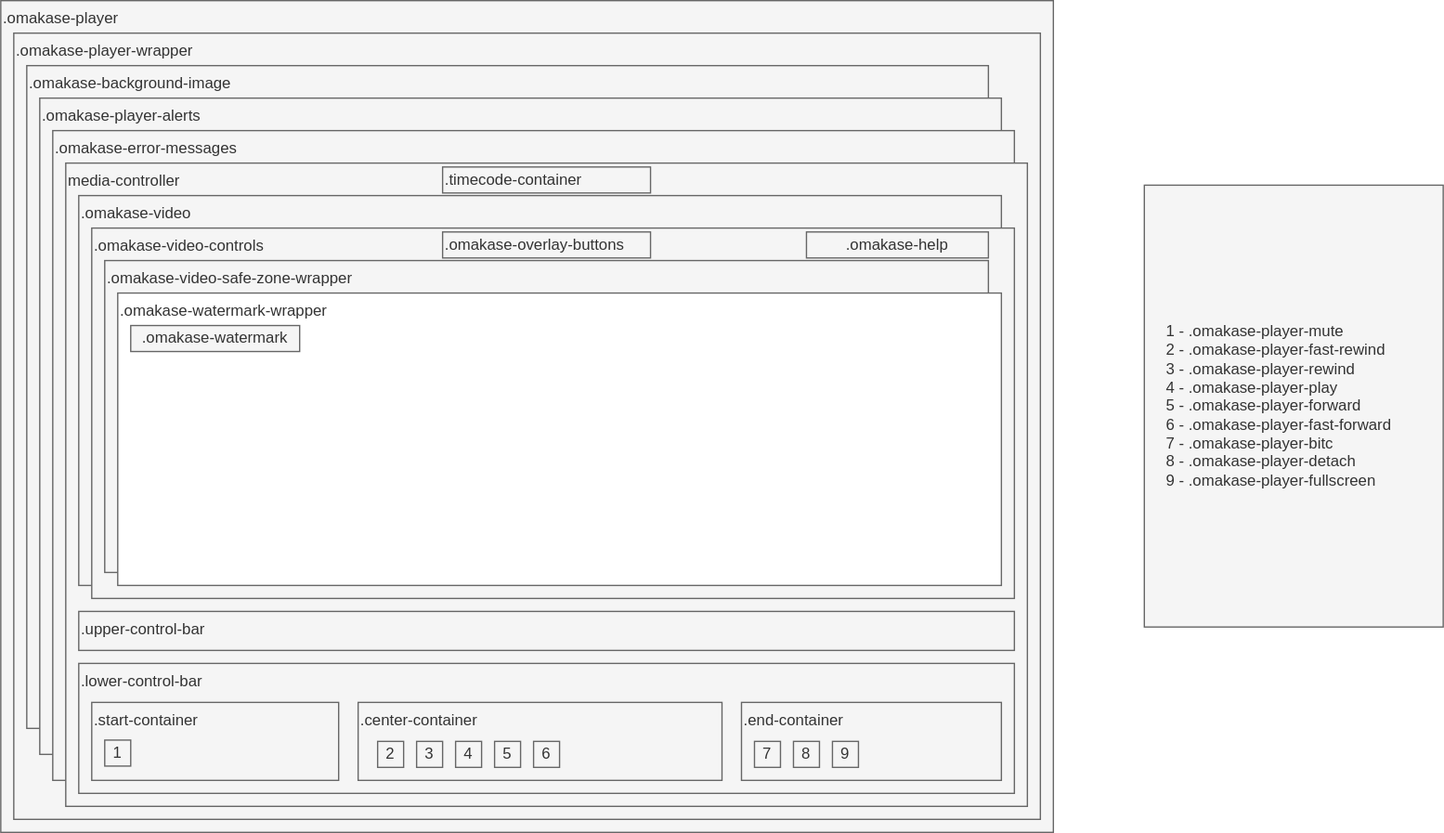
The draw.io diagram styling-diagram.svg in byomakase/omakase-player, before a commit. Source tidied: cells renumbered, new cells last; positions are measured from the earlier drawing's top-left corner, leaving out a move shared by most shapes. The source it was exported from:
```xml
<mxGraphModel>
  <root>
    <mxCell id="0" />
    <mxCell id="1" parent="0" />
    <mxCell id="2" value=".omakase-player" style="rounded=0;whiteSpace=wrap;html=1;align=left;verticalAlign=top;fillColor=#f5f5f5;fontColor=#333333;strokeColor=#666666;" parent="1" vertex="1">
      <mxGeometry width="810" height="640" as="geometry" />
    </mxCell>
    <mxCell id="3" value=".omakase-player-wrapper" style="rounded=0;whiteSpace=wrap;html=1;align=left;verticalAlign=top;fillColor=#f5f5f5;fontColor=#333333;strokeColor=#666666;" parent="1" vertex="1">
      <mxGeometry x="10" y="25" width="790" height="605" as="geometry" />
    </mxCell>
    <mxCell id="4" value="1 - .omakase-player-mute&lt;div&gt;2 - .omakase-player-fast-rewind&lt;/div&gt;&lt;div&gt;3 - .omakase-player-rewind&lt;/div&gt;&lt;div&gt;4 - .omakase-player-play&lt;/div&gt;&lt;div&gt;5 - .omakase-player-forward&lt;/div&gt;&lt;div&gt;6 - .omakase-player-fast-forward&lt;/div&gt;&lt;div&gt;7 - .omakase-player-bitc&lt;/div&gt;&lt;div&gt;8 - .omakase-player-detach&lt;/div&gt;&lt;div&gt;9 - .omakase-player-fullscreen&lt;/div&gt;" style="text;html=1;align=left;verticalAlign=middle;whiteSpace=wrap;rounded=0;fillColor=#f5f5f5;fontColor=#333333;strokeColor=#666666;spacingTop=0;spacingLeft=15;" parent="1" vertex="1">
      <mxGeometry x="880" y="142" width="230" height="340" as="geometry" />
    </mxCell>
    <mxCell id="5" value=".omakase-background-image" style="rounded=0;whiteSpace=wrap;html=1;align=left;verticalAlign=top;fillColor=#f5f5f5;fontColor=#333333;strokeColor=#666666;" parent="1" vertex="1">
      <mxGeometry x="20" y="50" width="740" height="510" as="geometry" />
    </mxCell>
    <mxCell id="6" value=".omakase-player-alerts" style="rounded=0;whiteSpace=wrap;html=1;align=left;verticalAlign=top;fillColor=#f5f5f5;fontColor=#333333;strokeColor=#666666;" parent="1" vertex="1">
      <mxGeometry x="30" y="75" width="740" height="505" as="geometry" />
    </mxCell>
    <mxCell id="7" value=".omakase-error-messages&lt;span style=&quot;color: rgba(0, 0, 0, 0); font-family: monospace; font-size: 0px; text-wrap-mode: nowrap;&quot;&gt;%3CmxGraphModel%3E%3Croot%3E%3CmxCell%20id%3D%220%22%2F%3E%3CmxCell%20id%3D%221%22%20parent%3D%220%22%2F%3E%3CmxCell%20id%3D%222%22%20value%3D%22media-controller%22%20style%3D%22rounded%3D0%3BwhiteSpace%3Dwrap%3Bhtml%3D1%3Balign%3Dleft%3BverticalAlign%3Dtop%3BfillColor%3D%23f5f5f5%3BfontColor%3D%23333333%3BstrokeColor%3D%23666666%3B%22%20vertex%3D%221%22%20parent%3D%221%22%3E%3CmxGeometry%20x%3D%2260%22%20y%3D%22146%22%20width%3D%22770%22%20height%3D%22460%22%20as%3D%22geometry%22%2F%3E%3C%2FmxCell%3E%3C%2Froot%3E%3C%2FmxGraphModel%3E&lt;/span&gt;" style="rounded=0;whiteSpace=wrap;html=1;align=left;verticalAlign=top;fillColor=#f5f5f5;fontColor=#333333;strokeColor=#666666;" parent="1" vertex="1">
      <mxGeometry x="40" y="100" width="740" height="500" as="geometry" />
    </mxCell>
    <mxCell id="8" value="media-controller" style="rounded=0;whiteSpace=wrap;html=1;align=left;verticalAlign=top;fillColor=#f5f5f5;fontColor=#333333;strokeColor=#666666;" parent="1" vertex="1">
      <mxGeometry x="50" y="125" width="740" height="495" as="geometry" />
    </mxCell>
    <mxCell id="9" value=".timecode-container" style="rounded=0;whiteSpace=wrap;html=1;align=left;verticalAlign=middle;fillColor=#f5f5f5;fontColor=#333333;strokeColor=#666666;" parent="1" vertex="1">
      <mxGeometry x="340" y="128" width="160" height="20" as="geometry" />
    </mxCell>
    <mxCell id="10" value=".omakase-video" style="rounded=0;whiteSpace=wrap;html=1;align=left;verticalAlign=top;fillColor=#f5f5f5;fontColor=#333333;strokeColor=#666666;" parent="1" vertex="1">
      <mxGeometry x="60" y="150" width="710" height="300" as="geometry" />
    </mxCell>
    <mxCell id="11" value=".omakase-video-controls" style="rounded=0;whiteSpace=wrap;html=1;align=left;verticalAlign=top;fillColor=#f5f5f5;fontColor=#333333;strokeColor=#666666;" parent="1" vertex="1">
      <mxGeometry x="70" y="175" width="710" height="285" as="geometry" />
    </mxCell>
    <mxCell id="12" value=".omakase-help" style="rounded=0;whiteSpace=wrap;html=1;fillColor=#f5f5f5;fontColor=#333333;strokeColor=#666666;" parent="1" vertex="1">
      <mxGeometry x="620" y="178" width="140" height="20" as="geometry" />
    </mxCell>
    <mxCell id="13" value=".omakase-video-safe-zone-wrapper" style="rounded=0;whiteSpace=wrap;html=1;align=left;verticalAlign=top;fillColor=#f5f5f5;fontColor=#333333;strokeColor=#666666;" parent="1" vertex="1">
      <mxGeometry x="80" y="200" width="680" height="240" as="geometry" />
    </mxCell>
    <mxCell id="14" value=".omakase-watermark-wrapper" style="rounded=0;whiteSpace=wrap;html=1;align=left;verticalAlign=top;fillColor=default;fontColor=#333333;strokeColor=#666666;" parent="1" vertex="1">
      <mxGeometry x="90" y="225" width="680" height="225" as="geometry" />
    </mxCell>
    <mxCell id="15" value=".omakase-watermark" style="rounded=0;whiteSpace=wrap;html=1;fillColor=#f5f5f5;fontColor=#333333;strokeColor=#666666;" parent="1" vertex="1">
      <mxGeometry x="100" y="250" width="130" height="20" as="geometry" />
    </mxCell>
    <mxCell id="16" value=".upper-control-bar" style="rounded=0;whiteSpace=wrap;html=1;align=left;verticalAlign=top;fillColor=#f5f5f5;fontColor=#333333;strokeColor=#666666;" parent="1" vertex="1">
      <mxGeometry x="60" y="470" width="720" height="30" as="geometry" />
    </mxCell>
    <mxCell id="17" value=".lower-control-bar" style="rounded=0;whiteSpace=wrap;html=1;align=left;verticalAlign=top;fillColor=#f5f5f5;fontColor=#333333;strokeColor=#666666;" parent="1" vertex="1">
      <mxGeometry x="60" y="510" width="720" height="100" as="geometry" />
    </mxCell>
    <mxCell id="18" value=".start-container" style="rounded=0;whiteSpace=wrap;html=1;align=left;verticalAlign=top;fillColor=#f5f5f5;fontColor=#333333;strokeColor=#666666;" parent="1" vertex="1">
      <mxGeometry x="70" y="540" width="190" height="60" as="geometry" />
    </mxCell>
    <mxCell id="19" value=".center-container" style="rounded=0;whiteSpace=wrap;html=1;align=left;verticalAlign=top;fillColor=#f5f5f5;fontColor=#333333;strokeColor=#666666;" parent="1" vertex="1">
      <mxGeometry x="275" y="540" width="280" height="60" as="geometry" />
    </mxCell>
    <mxCell id="20" value=".end-container" style="rounded=0;whiteSpace=wrap;html=1;align=left;verticalAlign=top;fillColor=#f5f5f5;fontColor=#333333;strokeColor=#666666;" parent="1" vertex="1">
      <mxGeometry x="570" y="540" width="200" height="60" as="geometry" />
    </mxCell>
    <mxCell id="21" value="1" style="rounded=0;whiteSpace=wrap;html=1;fillColor=#f5f5f5;fontColor=#333333;strokeColor=#666666;" parent="1" vertex="1">
      <mxGeometry x="80" y="569" width="20" height="20" as="geometry" />
    </mxCell>
    <mxCell id="22" value="2" style="rounded=0;whiteSpace=wrap;html=1;fillColor=#f5f5f5;fontColor=#333333;strokeColor=#666666;" parent="1" vertex="1">
      <mxGeometry x="290" y="570" width="20" height="20" as="geometry" />
    </mxCell>
    <mxCell id="23" value="3" style="rounded=0;whiteSpace=wrap;html=1;fillColor=#f5f5f5;fontColor=#333333;strokeColor=#666666;" parent="1" vertex="1">
      <mxGeometry x="320" y="570" width="20" height="20" as="geometry" />
    </mxCell>
    <mxCell id="24" value="4" style="rounded=0;whiteSpace=wrap;html=1;fillColor=#f5f5f5;fontColor=#333333;strokeColor=#666666;" parent="1" vertex="1">
      <mxGeometry x="350" y="570" width="20" height="20" as="geometry" />
    </mxCell>
    <mxCell id="25" value="5" style="rounded=0;whiteSpace=wrap;html=1;fillColor=#f5f5f5;fontColor=#333333;strokeColor=#666666;" parent="1" vertex="1">
      <mxGeometry x="380" y="570" width="20" height="20" as="geometry" />
    </mxCell>
    <mxCell id="26" value="6" style="rounded=0;whiteSpace=wrap;html=1;fillColor=#f5f5f5;fontColor=#333333;strokeColor=#666666;" parent="1" vertex="1">
      <mxGeometry x="410" y="570" width="20" height="20" as="geometry" />
    </mxCell>
    <mxCell id="27" value="7" style="rounded=0;whiteSpace=wrap;html=1;fillColor=#f5f5f5;fontColor=#333333;strokeColor=#666666;" parent="1" vertex="1">
      <mxGeometry x="580" y="570" width="20" height="20" as="geometry" />
    </mxCell>
    <mxCell id="28" value="8" style="rounded=0;whiteSpace=wrap;html=1;fillColor=#f5f5f5;fontColor=#333333;strokeColor=#666666;" parent="1" vertex="1">
      <mxGeometry x="610" y="570" width="20" height="20" as="geometry" />
    </mxCell>
    <mxCell id="29" value="9" style="rounded=0;whiteSpace=wrap;html=1;fillColor=#f5f5f5;fontColor=#333333;strokeColor=#666666;" parent="1" vertex="1">
      <mxGeometry x="640" y="570" width="20" height="20" as="geometry" />
    </mxCell>
    <mxCell id="30" value=".omakase-overlay-buttons" style="rounded=0;whiteSpace=wrap;html=1;align=left;fillColor=#f5f5f5;fontColor=#333333;strokeColor=#666666;" parent="1" vertex="1">
      <mxGeometry x="340" y="178" width="160" height="20" as="geometry" />
    </mxCell>
  </root>
</mxGraphModel>
```
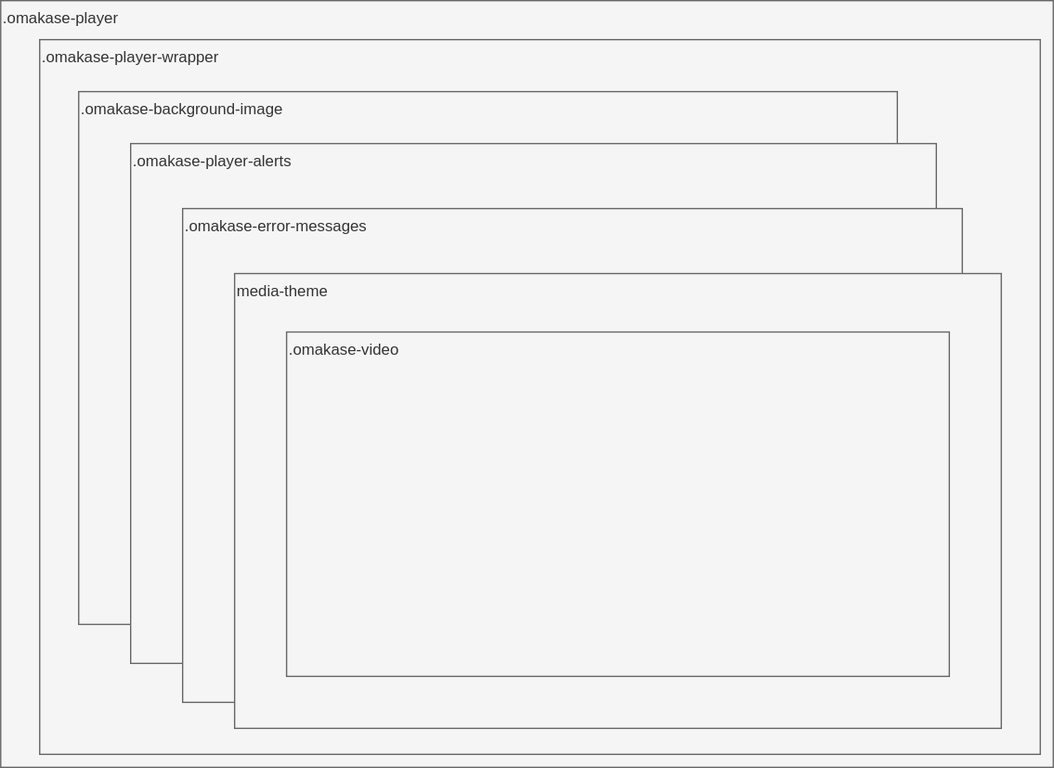
After the commit.

The edit, as a diff of the source:
```diff
@@ -3,91 +3,25 @@
     <mxCell id="0" />
     <mxCell id="1" parent="0" />
     <mxCell id="2" value=".omakase-player" style="rounded=0;whiteSpace=wrap;html=1;align=left;verticalAlign=top;fillColor=#f5f5f5;fontColor=#333333;strokeColor=#666666;" parent="1" vertex="1">
-      <mxGeometry width="810" height="640" as="geometry" />
+      <mxGeometry width="810" height="590" as="geometry" />
     </mxCell>
     <mxCell id="3" value=".omakase-player-wrapper" style="rounded=0;whiteSpace=wrap;html=1;align=left;verticalAlign=top;fillColor=#f5f5f5;fontColor=#333333;strokeColor=#666666;" parent="1" vertex="1">
-      <mxGeometry x="10" y="25" width="790" height="605" as="geometry" />
+      <mxGeometry x="30" y="30" width="770" height="550" as="geometry" />
     </mxCell>
-    <mxCell id="4" value="1 - .omakase-player-mute&lt;div&gt;2 - .omakase-player-fast-rewind&lt;/div&gt;&lt;div&gt;3 - .omakase-player-rewind&lt;/div&gt;&lt;div&gt;4 - .omakase-player-play&lt;/div&gt;&lt;div&gt;5 - .omakase-player-forward&lt;/div&gt;&lt;div&gt;6 - .omakase-player-fast-forward&lt;/div&gt;&lt;div&gt;7 - .omakase-player-bitc&lt;/div&gt;&lt;div&gt;8 - .omakase-player-detach&lt;/div&gt;&lt;div&gt;9 - .omakase-player-fullscreen&lt;/div&gt;" style="text;html=1;align=left;verticalAlign=middle;whiteSpace=wrap;rounded=0;fillColor=#f5f5f5;fontColor=#333333;strokeColor=#666666;spacingTop=0;spacingLeft=15;" parent="1" vertex="1">
-      <mxGeometry x="880" y="142" width="230" height="340" as="geometry" />
-    </mxCell>
     <mxCell id="5" value=".omakase-background-image" style="rounded=0;whiteSpace=wrap;html=1;align=left;verticalAlign=top;fillColor=#f5f5f5;fontColor=#333333;strokeColor=#666666;" parent="1" vertex="1">
-      <mxGeometry x="20" y="50" width="740" height="510" as="geometry" />
+      <mxGeometry x="60" y="70" width="630" height="410" as="geometry" />
     </mxCell>
     <mxCell id="6" value=".omakase-player-alerts" style="rounded=0;whiteSpace=wrap;html=1;align=left;verticalAlign=top;fillColor=#f5f5f5;fontColor=#333333;strokeColor=#666666;" parent="1" vertex="1">
-      <mxGeometry x="30" y="75" width="740" height="505" as="geometry" />
+      <mxGeometry x="100" y="110" width="620" height="400" as="geometry" />
     </mxCell>
     <mxCell id="7" value=".omakase-error-messages&lt;span style=&quot;color: rgba(0, 0, 0, 0); font-family: monospace; font-size: 0px; text-wrap-mode: nowrap;&quot;&gt;%3CmxGraphModel%3E%3Croot%3E%3CmxCell%20id%3D%220%22%2F%3E%3CmxCell%20id%3D%221%22%20parent%3D%220%22%2F%3E%3CmxCell%20id%3D%222%22%20value%3D%22media-controller%22%20style%3D%22rounded%3D0%3BwhiteSpace%3Dwrap%3Bhtml%3D1%3Balign%3Dleft%3BverticalAlign%3Dtop%3BfillColor%3D%23f5f5f5%3BfontColor%3D%23333333%3BstrokeColor%3D%23666666%3B%22%20vertex%3D%221%22%20parent%3D%221%22%3E%3CmxGeometry%20x%3D%2260%22%20y%3D%22146%22%20width%3D%22770%22%20height%3D%22460%22%20as%3D%22geometry%22%2F%3E%3C%2FmxCell%3E%3C%2Froot%3E%3C%2FmxGraphModel%3E&lt;/span&gt;" style="rounded=0;whiteSpace=wrap;html=1;align=left;verticalAlign=top;fillColor=#f5f5f5;fontColor=#333333;strokeColor=#666666;" parent="1" vertex="1">
-      <mxGeometry x="40" y="100" width="740" height="500" as="geometry" />
+      <mxGeometry x="140" y="160" width="600" height="380" as="geometry" />
     </mxCell>
-    <mxCell id="8" value="media-controller" style="rounded=0;whiteSpace=wrap;html=1;align=left;verticalAlign=top;fillColor=#f5f5f5;fontColor=#333333;strokeColor=#666666;" parent="1" vertex="1">
-      <mxGeometry x="50" y="125" width="740" height="495" as="geometry" />
-    </mxCell>
-    <mxCell id="9" value=".timecode-container" style="rounded=0;whiteSpace=wrap;html=1;align=left;verticalAlign=middle;fillColor=#f5f5f5;fontColor=#333333;strokeColor=#666666;" parent="1" vertex="1">
-      <mxGeometry x="340" y="128" width="160" height="20" as="geometry" />
-    </mxCell>
+    <mxCell id="31" value="media-theme" style="rounded=0;whiteSpace=wrap;html=1;align=left;verticalAlign=top;fillColor=#f5f5f5;fontColor=#333333;strokeColor=#666666;" parent="1" vertex="1">
+      <mxGeometry x="180" y="210" width="590" height="350" as="geometry" />
+    </mxCell>
     <mxCell id="10" value=".omakase-video" style="rounded=0;whiteSpace=wrap;html=1;align=left;verticalAlign=top;fillColor=#f5f5f5;fontColor=#333333;strokeColor=#666666;" parent="1" vertex="1">
-      <mxGeometry x="60" y="150" width="710" height="300" as="geometry" />
+      <mxGeometry x="220" y="255" width="510" height="265" as="geometry" />
     </mxCell>
-    <mxCell id="11" value=".omakase-video-controls" style="rounded=0;whiteSpace=wrap;html=1;align=left;verticalAlign=top;fillColor=#f5f5f5;fontColor=#333333;strokeColor=#666666;" parent="1" vertex="1">
-      <mxGeometry x="70" y="175" width="710" height="285" as="geometry" />
-    </mxCell>
-    <mxCell id="12" value=".omakase-help" style="rounded=0;whiteSpace=wrap;html=1;fillColor=#f5f5f5;fontColor=#333333;strokeColor=#666666;" parent="1" vertex="1">
-      <mxGeometry x="620" y="178" width="140" height="20" as="geometry" />
-    </mxCell>
-    <mxCell id="13" value=".omakase-video-safe-zone-wrapper" style="rounded=0;whiteSpace=wrap;html=1;align=left;verticalAlign=top;fillColor=#f5f5f5;fontColor=#333333;strokeColor=#666666;" parent="1" vertex="1">
-      <mxGeometry x="80" y="200" width="680" height="240" as="geometry" />
-    </mxCell>
-    <mxCell id="14" value=".omakase-watermark-wrapper" style="rounded=0;whiteSpace=wrap;html=1;align=left;verticalAlign=top;fillColor=default;fontColor=#333333;strokeColor=#666666;" parent="1" vertex="1">
-      <mxGeometry x="90" y="225" width="680" height="225" as="geometry" />
-    </mxCell>
-    <mxCell id="15" value=".omakase-watermark" style="rounded=0;whiteSpace=wrap;html=1;fillColor=#f5f5f5;fontColor=#333333;strokeColor=#666666;" parent="1" vertex="1">
-      <mxGeometry x="100" y="250" width="130" height="20" as="geometry" />
-    </mxCell>
-    <mxCell id="16" value=".upper-control-bar" style="rounded=0;whiteSpace=wrap;html=1;align=left;verticalAlign=top;fillColor=#f5f5f5;fontColor=#333333;strokeColor=#666666;" parent="1" vertex="1">
-      <mxGeometry x="60" y="470" width="720" height="30" as="geometry" />
-    </mxCell>
-    <mxCell id="17" value=".lower-control-bar" style="rounded=0;whiteSpace=wrap;html=1;align=left;verticalAlign=top;fillColor=#f5f5f5;fontColor=#333333;strokeColor=#666666;" parent="1" vertex="1">
-      <mxGeometry x="60" y="510" width="720" height="100" as="geometry" />
-    </mxCell>
-    <mxCell id="18" value=".start-container" style="rounded=0;whiteSpace=wrap;html=1;align=left;verticalAlign=top;fillColor=#f5f5f5;fontColor=#333333;strokeColor=#666666;" parent="1" vertex="1">
-      <mxGeometry x="70" y="540" width="190" height="60" as="geometry" />
-    </mxCell>
-    <mxCell id="19" value=".center-container" style="rounded=0;whiteSpace=wrap;html=1;align=left;verticalAlign=top;fillColor=#f5f5f5;fontColor=#333333;strokeColor=#666666;" parent="1" vertex="1">
-      <mxGeometry x="275" y="540" width="280" height="60" as="geometry" />
-    </mxCell>
-    <mxCell id="20" value=".end-container" style="rounded=0;whiteSpace=wrap;html=1;align=left;verticalAlign=top;fillColor=#f5f5f5;fontColor=#333333;strokeColor=#666666;" parent="1" vertex="1">
-      <mxGeometry x="570" y="540" width="200" height="60" as="geometry" />
-    </mxCell>
-    <mxCell id="21" value="1" style="rounded=0;whiteSpace=wrap;html=1;fillColor=#f5f5f5;fontColor=#333333;strokeColor=#666666;" parent="1" vertex="1">
-      <mxGeometry x="80" y="569" width="20" height="20" as="geometry" />
-    </mxCell>
-    <mxCell id="22" value="2" style="rounded=0;whiteSpace=wrap;html=1;fillColor=#f5f5f5;fontColor=#333333;strokeColor=#666666;" parent="1" vertex="1">
-      <mxGeometry x="290" y="570" width="20" height="20" as="geometry" />
-    </mxCell>
-    <mxCell id="23" value="3" style="rounded=0;whiteSpace=wrap;html=1;fillColor=#f5f5f5;fontColor=#333333;strokeColor=#666666;" parent="1" vertex="1">
-      <mxGeometry x="320" y="570" width="20" height="20" as="geometry" />
-    </mxCell>
-    <mxCell id="24" value="4" style="rounded=0;whiteSpace=wrap;html=1;fillColor=#f5f5f5;fontColor=#333333;strokeColor=#666666;" parent="1" vertex="1">
-      <mxGeometry x="350" y="570" width="20" height="20" as="geometry" />
-    </mxCell>
-    <mxCell id="25" value="5" style="rounded=0;whiteSpace=wrap;html=1;fillColor=#f5f5f5;fontColor=#333333;strokeColor=#666666;" parent="1" vertex="1">
-      <mxGeometry x="380" y="570" width="20" height="20" as="geometry" />
-    </mxCell>
-    <mxCell id="26" value="6" style="rounded=0;whiteSpace=wrap;html=1;fillColor=#f5f5f5;fontColor=#333333;strokeColor=#666666;" parent="1" vertex="1">
-      <mxGeometry x="410" y="570" width="20" height="20" as="geometry" />
-    </mxCell>
-    <mxCell id="27" value="7" style="rounded=0;whiteSpace=wrap;html=1;fillColor=#f5f5f5;fontColor=#333333;strokeColor=#666666;" parent="1" vertex="1">
-      <mxGeometry x="580" y="570" width="20" height="20" as="geometry" />
-    </mxCell>
-    <mxCell id="28" value="8" style="rounded=0;whiteSpace=wrap;html=1;fillColor=#f5f5f5;fontColor=#333333;strokeColor=#666666;" parent="1" vertex="1">
-      <mxGeometry x="610" y="570" width="20" height="20" as="geometry" />
-    </mxCell>
-    <mxCell id="29" value="9" style="rounded=0;whiteSpace=wrap;html=1;fillColor=#f5f5f5;fontColor=#333333;strokeColor=#666666;" parent="1" vertex="1">
-      <mxGeometry x="640" y="570" width="20" height="20" as="geometry" />
-    </mxCell>
-    <mxCell id="30" value=".omakase-overlay-buttons" style="rounded=0;whiteSpace=wrap;html=1;align=left;fillColor=#f5f5f5;fontColor=#333333;strokeColor=#666666;" parent="1" vertex="1">
-      <mxGeometry x="340" y="178" width="160" height="20" as="geometry" />
-    </mxCell>
   </root>
 </mxGraphModel>
```
